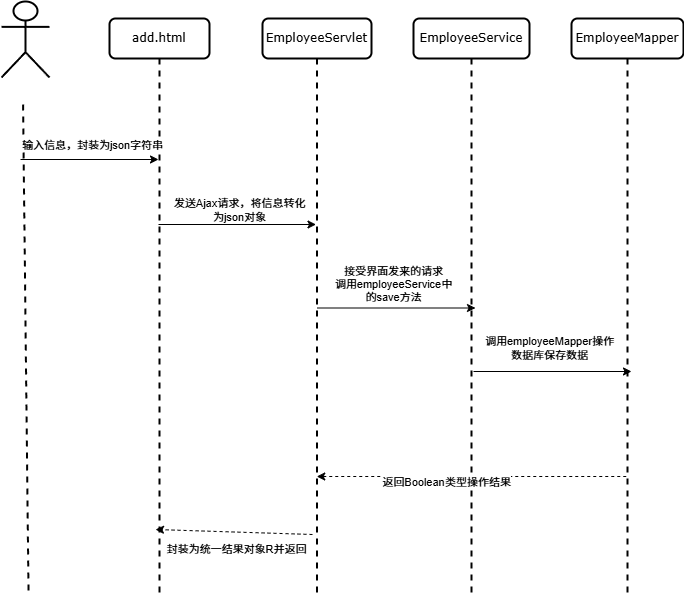
This is 员工添加顺序图.drawio.png from Withnoidea/UML, a draw.io export, as it was before one commit. Source tidied: cells renumbered, new cells last; positions are measured from the earlier drawing's top-left corner, leaving out a move shared by most shapes.
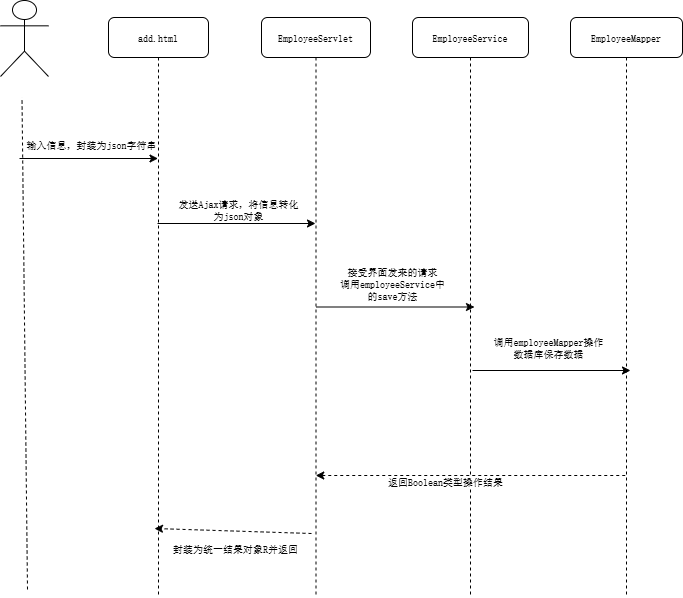
The same diagram one commit later.

Commit message:
更新员工添加顺序图.drawio.png

Change to the diagram source:
```diff
@@ -2,85 +2,85 @@
   <root>
     <mxCell id="0" />
     <mxCell id="1" parent="0" />
-    <mxCell id="2" value="add.html" style="shape=umlLifeline;perimeter=lifelinePerimeter;whiteSpace=wrap;html=1;outlineConnect=0;rounded=1;shadow=0;comic=0;labelBackgroundColor=none;strokeWidth=2;fontFamily=Verdana;fontSize=12;align=center;" parent="1" vertex="1">
+    <mxCell id="2" value="add.html" style="shape=umlLifeline;perimeter=lifelinePerimeter;whiteSpace=wrap;html=1;outlineConnect=0;rounded=1;shadow=0;comic=0;labelBackgroundColor=none;strokeWidth=1;fontFamily=宋体;fontSize=10;align=center;" parent="1" vertex="1">
       <mxGeometry x="108" y="17" width="100" height="580" as="geometry" />
     </mxCell>
-    <mxCell id="3" style="endArrow=classic;html=1;rounded=0;" parent="2" edge="1" target="5">
+    <mxCell id="3" style="endArrow=classic;html=1;rounded=0;fontFamily=宋体;fontSize=10;" parent="2" edge="1" target="5">
       <mxGeometry relative="1" as="geometry">
         <mxPoint x="49" y="206" as="sourcePoint" />
       </mxGeometry>
     </mxCell>
-    <mxCell id="4" value="&lt;div&gt;发送Ajax请求，将信息转化&lt;/div&gt;&lt;div&gt;为json对象&lt;/div&gt;" style="edgeLabel;html=1;align=center;verticalAlign=middle;" parent="3" vertex="1">
+    <mxCell id="4" value="&lt;div&gt;发送Ajax请求，将信息转化&lt;/div&gt;&lt;div&gt;为json对象&lt;/div&gt;" style="edgeLabel;html=1;align=center;verticalAlign=middle;fontFamily=宋体;fontSize=10;" parent="3" vertex="1">
       <mxGeometry x="-0.09" y="4" relative="1" as="geometry">
         <mxPoint x="8" y="-11" as="offset" />
       </mxGeometry>
     </mxCell>
-    <mxCell id="5" value="EmployeeServlet" style="shape=umlLifeline;perimeter=lifelinePerimeter;whiteSpace=wrap;html=1;outlineConnect=0;rounded=1;shadow=0;comic=0;labelBackgroundColor=none;strokeWidth=2;fontFamily=Verdana;fontSize=12;align=center;" parent="1" vertex="1">
+    <mxCell id="5" value="EmployeeServlet" style="shape=umlLifeline;perimeter=lifelinePerimeter;whiteSpace=wrap;html=1;outlineConnect=0;rounded=1;shadow=0;comic=0;labelBackgroundColor=none;strokeWidth=1;fontFamily=宋体;fontSize=10;align=center;" parent="1" vertex="1">
       <mxGeometry x="261" y="17" width="109" height="580" as="geometry" />
     </mxCell>
-    <mxCell id="6" value="EmployeeService" style="shape=umlLifeline;perimeter=lifelinePerimeter;whiteSpace=wrap;html=1;rounded=1;shadow=0;comic=0;labelBackgroundColor=none;strokeWidth=2;fontFamily=Verdana;fontSize=12;align=center;" parent="1" vertex="1">
+    <mxCell id="6" value="EmployeeService" style="shape=umlLifeline;perimeter=lifelinePerimeter;whiteSpace=wrap;html=1;rounded=1;shadow=0;comic=0;labelBackgroundColor=none;strokeWidth=1;fontFamily=宋体;fontSize=10;align=center;" parent="1" vertex="1">
       <mxGeometry x="412" y="17" width="116" height="580" as="geometry" />
     </mxCell>
-    <mxCell id="7" style="endArrow=classic;html=1;rounded=0;dashed=1;" parent="6" edge="1">
+    <mxCell id="7" style="endArrow=classic;html=1;rounded=0;dashed=1;fontFamily=宋体;fontSize=10;" parent="6" edge="1">
       <mxGeometry relative="1" as="geometry">
         <mxPoint x="212.8" y="458" as="sourcePoint" />
         <mxPoint x="-96.8" y="458" as="targetPoint" />
       </mxGeometry>
     </mxCell>
-    <mxCell id="8" value="返回Boolean类型操作结果" style="edgeLabel;html=1;align=center;verticalAlign=middle;" parent="7" vertex="1">
+    <mxCell id="8" value="返回Boolean类型操作结果" style="edgeLabel;html=1;align=center;verticalAlign=middle;fontFamily=宋体;fontSize=10;" parent="7" vertex="1">
       <mxGeometry x="0.16" y="5" relative="1" as="geometry" />
     </mxCell>
-    <mxCell id="9" value="EmployeeMapper" style="shape=umlLifeline;perimeter=lifelinePerimeter;whiteSpace=wrap;html=1;rounded=1;shadow=0;comic=0;labelBackgroundColor=none;strokeWidth=2;fontFamily=Verdana;fontSize=12;align=center;" parent="1" vertex="1">
+    <mxCell id="9" value="EmployeeMapper" style="shape=umlLifeline;perimeter=lifelinePerimeter;whiteSpace=wrap;html=1;rounded=1;shadow=0;comic=0;labelBackgroundColor=none;strokeWidth=1;fontFamily=宋体;fontSize=10;align=center;" parent="1" vertex="1">
       <mxGeometry x="570" y="17" width="112" height="580" as="geometry" />
     </mxCell>
-    <mxCell id="10" style="endArrow=classic;html=1;rounded=0;" parent="9" edge="1">
+    <mxCell id="10" style="endArrow=classic;html=1;rounded=0;fontFamily=宋体;fontSize=10;" parent="9" edge="1">
       <mxGeometry relative="1" as="geometry">
         <mxPoint x="-98" y="353" as="sourcePoint" />
         <mxPoint x="60" y="353" as="targetPoint" />
       </mxGeometry>
     </mxCell>
-    <mxCell id="11" value="&lt;div&gt;调用employeeMapper操作&lt;/div&gt;&lt;div&gt;数据库保存数据&lt;/div&gt;" style="edgeLabel;html=1;align=center;verticalAlign=middle;" parent="10" vertex="1">
+    <mxCell id="11" value="&lt;div&gt;调用employeeMapper操作&lt;/div&gt;&lt;div&gt;数据库保存数据&lt;/div&gt;" style="edgeLabel;html=1;align=center;verticalAlign=middle;fontFamily=宋体;fontSize=10;" parent="10" vertex="1">
       <mxGeometry x="-0.09" y="4" relative="1" as="geometry">
         <mxPoint x="3" y="-20" as="offset" />
       </mxGeometry>
     </mxCell>
-    <mxCell id="12" style="endArrow=none;dashed=1;html=1;rounded=0;strokeWidth=2;" parent="1" edge="1">
+    <mxCell id="12" style="endArrow=none;dashed=1;html=1;rounded=0;strokeWidth=1;fontFamily=宋体;fontSize=10;" parent="1" edge="1">
       <mxGeometry relative="1" as="geometry">
         <mxPoint x="27" y="589" as="sourcePoint" />
         <mxPoint x="21.5" y="97" as="targetPoint" />
       </mxGeometry>
     </mxCell>
-    <mxCell id="13" style="shape=umlActor;verticalLabelPosition=bottom;verticalAlign=top;html=1;strokeWidth=2;" parent="1" vertex="1">
+    <mxCell id="13" style="shape=umlActor;verticalLabelPosition=bottom;verticalAlign=top;html=1;strokeWidth=1;fontFamily=宋体;fontSize=10;" parent="1" vertex="1">
       <mxGeometry width="48" height="76" as="geometry" />
     </mxCell>
-    <mxCell id="14" style="endArrow=classic;html=1;rounded=0;" parent="1" edge="1" target="2">
+    <mxCell id="14" style="endArrow=classic;html=1;rounded=0;fontFamily=宋体;fontSize=10;" parent="1" edge="1" target="2">
       <mxGeometry relative="1" as="geometry">
         <mxPoint x="19" y="158" as="sourcePoint" />
       </mxGeometry>
     </mxCell>
-    <mxCell id="15" value="输入信息，封装为json字符串" style="edgeLabel;html=1;align=center;verticalAlign=middle;" parent="14" vertex="1">
+    <mxCell id="15" value="输入信息，封装为json字符串" style="edgeLabel;html=1;align=center;verticalAlign=middle;fontFamily=宋体;fontSize=10;" parent="14" vertex="1">
       <mxGeometry x="-0.09" y="4" relative="1" as="geometry">
         <mxPoint x="8" y="-11" as="offset" />
       </mxGeometry>
     </mxCell>
-    <mxCell id="16" style="endArrow=classic;html=1;rounded=0;" parent="1" edge="1">
+    <mxCell id="16" style="endArrow=classic;html=1;rounded=0;fontFamily=宋体;fontSize=10;" parent="1" edge="1">
       <mxGeometry relative="1" as="geometry">
         <mxPoint x="316" y="306.5" as="sourcePoint" />
         <mxPoint x="474" y="306.5" as="targetPoint" />
       </mxGeometry>
     </mxCell>
-    <mxCell id="17" value="&lt;div&gt;接受界面发来的请求&lt;/div&gt;&lt;div&gt;调用employeeService中&lt;/div&gt;&lt;div&gt;的save方法&lt;/div&gt;" style="edgeLabel;html=1;align=center;verticalAlign=middle;" parent="16" vertex="1">
+    <mxCell id="17" value="&lt;div&gt;接受界面发来的请求&lt;/div&gt;&lt;div&gt;调用employeeService中&lt;/div&gt;&lt;div&gt;的save方法&lt;/div&gt;" style="edgeLabel;html=1;align=center;verticalAlign=middle;fontFamily=宋体;fontSize=10;" parent="16" vertex="1">
       <mxGeometry x="-0.09" y="4" relative="1" as="geometry">
         <mxPoint x="3" y="-20" as="offset" />
       </mxGeometry>
     </mxCell>
-    <mxCell id="18" style="endArrow=classic;html=1;rounded=0;dashed=1;" parent="1" edge="1">
+    <mxCell id="18" style="endArrow=classic;html=1;rounded=0;dashed=1;fontFamily=宋体;fontSize=10;" parent="1" edge="1">
       <mxGeometry relative="1" as="geometry">
         <mxPoint x="311" y="533" as="sourcePoint" />
         <mxPoint x="154" y="528" as="targetPoint" />
       </mxGeometry>
     </mxCell>
-    <mxCell id="19" value="封装为统一结果对象R并返回" style="edgeLabel;html=1;align=center;verticalAlign=middle;" parent="18" vertex="1">
+    <mxCell id="19" value="封装为统一结果对象R并返回" style="edgeLabel;html=1;align=center;verticalAlign=middle;fontFamily=宋体;fontSize=10;" parent="18" vertex="1">
       <mxGeometry x="-0.11" y="7" relative="1" as="geometry">
         <mxPoint x="-6" y="10" as="offset" />
       </mxGeometry>
```
